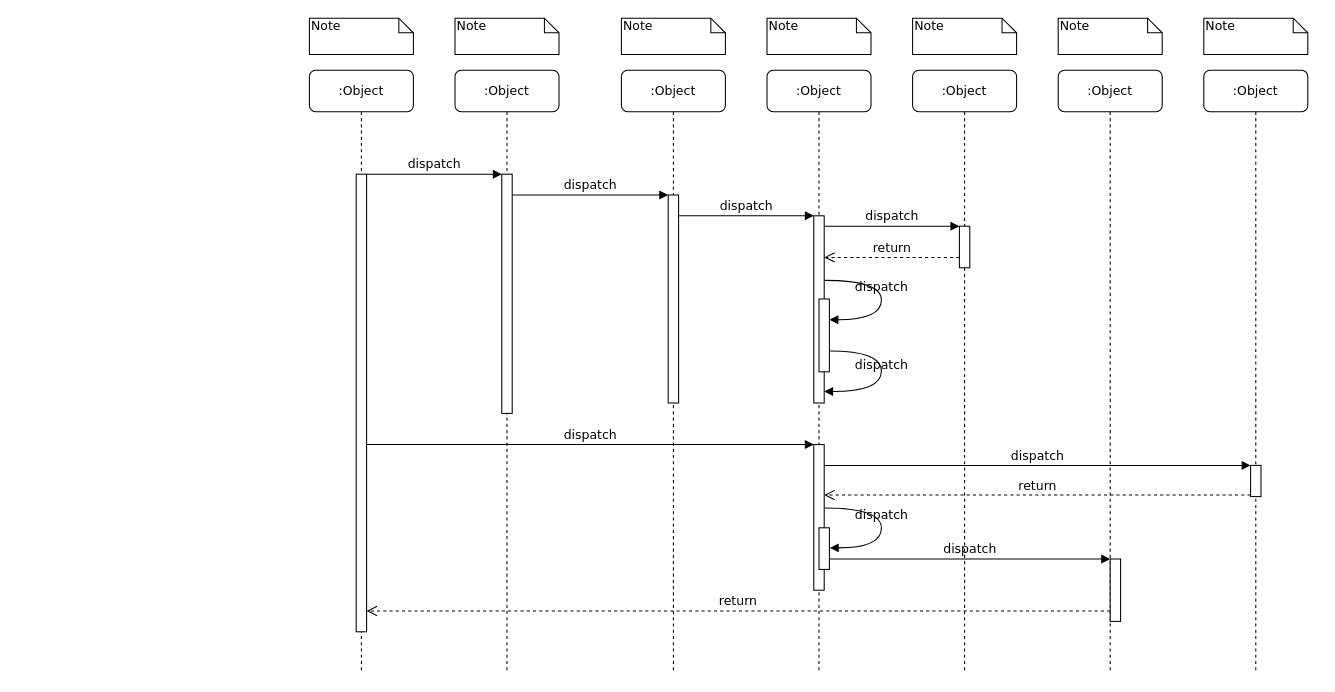
Before: Untitled Diagram.drawio in mihaluo/GitLearning, a draw.io diagram. Source tidied: cells renumbered, new cells numbered last; positions are measured from the earlier drawing's top-left corner, leaving out a move shared by most shapes. Both pictures are drawn from the tidied source at 104%, with x=0, y=0 at pixel (309, 18).
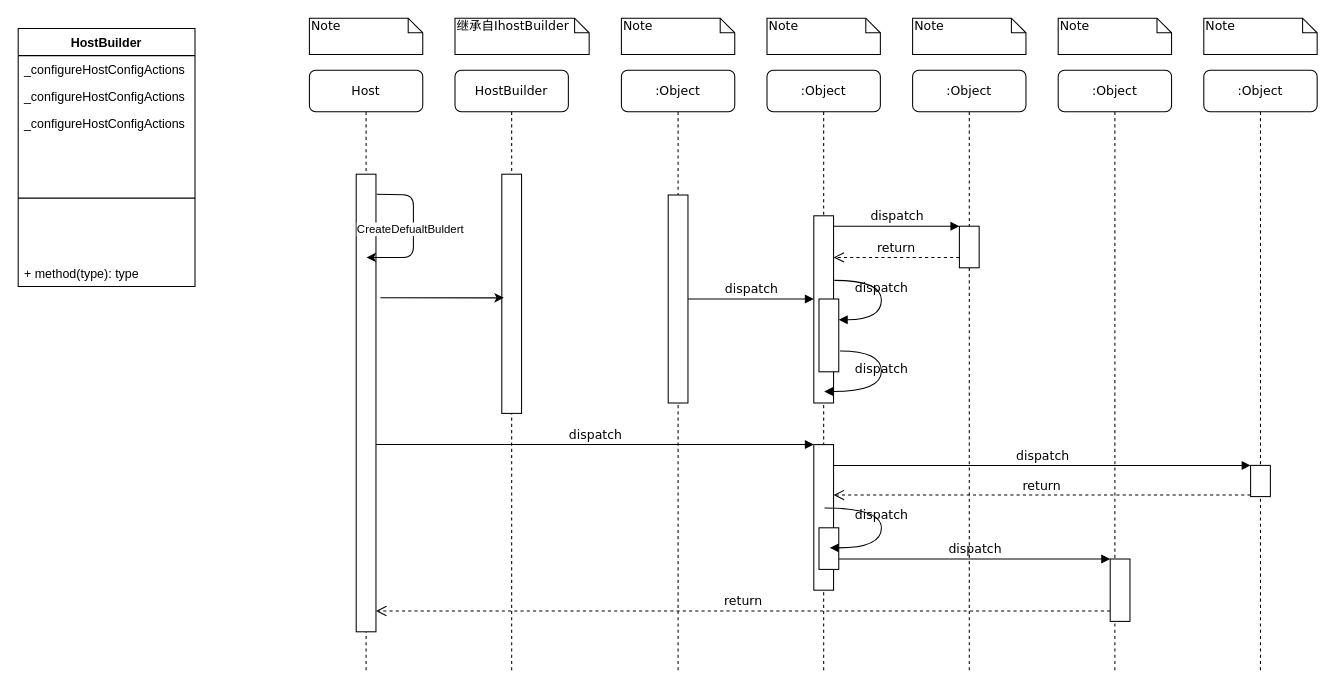
After the change.

Diff of the diagram source:
```diff
@@
-    <mxCell id="2" value=":Object" style="shape=umlLifeline;perimeter=lifelinePerimeter;whiteSpace=wrap;html=1;rounded=1;shadow=0;comic=0;labelBackgroundColor=none;strokeWidth=1;fontFamily=Verdana;fontSize=12;align=center;" parent="1" vertex="1">
-      <mxGeometry x="140" y="50" width="100" height="580" as="geometry" />
+    <mxCell id="2" value="HostBuilder" style="shape=umlLifeline;perimeter=lifelinePerimeter;whiteSpace=wrap;html=1;rounded=1;shadow=0;comic=0;labelBackgroundColor=none;strokeWidth=1;fontFamily=Verdana;fontSize=12;align=center;" parent="1" vertex="1">
+      <mxGeometry x="140" y="50" width="109" height="580" as="geometry" />
     </mxCell>
     <mxCell id="3" style="html=1;points=[];perimeter=orthogonalPerimeter;rounded=0;shadow=0;comic=0;labelBackgroundColor=none;strokeWidth=1;fontFamily=Verdana;fontSize=12;align=center;" parent="2" vertex="1">
-      <mxGeometry x="45" y="100" width="10" height="230" as="geometry" />
+      <mxGeometry x="45" y="100" width="19" height="230" as="geometry" />
     </mxCell>
     <mxCell id="4" value=":Object" style="shape=umlLifeline;perimeter=lifelinePerimeter;whiteSpace=wrap;html=1;rounded=1;shadow=0;comic=0;labelBackgroundColor=none;strokeWidth=1;fontFamily=Verdana;fontSize=12;align=center;" parent="1" vertex="1">
-      <mxGeometry x="300" y="50" width="100" height="580" as="geometry" />
+      <mxGeometry x="300" y="50" width="109" height="580" as="geometry" />
     </mxCell>
     <mxCell id="5" style="html=1;points=[];perimeter=orthogonalPerimeter;rounded=0;shadow=0;comic=0;labelBackgroundColor=none;strokeWidth=1;fontFamily=Verdana;fontSize=12;align=center;" parent="4" vertex="1">
-      <mxGeometry x="45" y="120" width="10" height="200" as="geometry" />
+      <mxGeometry x="45" y="120" width="19" height="200" as="geometry" />
     </mxCell>
     <mxCell id="6" value=":Object" style="shape=umlLifeline;perimeter=lifelinePerimeter;whiteSpace=wrap;html=1;rounded=1;shadow=0;comic=0;labelBackgroundColor=none;strokeWidth=1;fontFamily=Verdana;fontSize=12;align=center;" parent="1" vertex="1">
-      <mxGeometry x="440" y="50" width="100" height="580" as="geometry" />
+      <mxGeometry x="440" y="50" width="109" height="580" as="geometry" />
     </mxCell>
     <mxCell id="7" value=":Object" style="shape=umlLifeline;perimeter=lifelinePerimeter;whiteSpace=wrap;html=1;rounded=1;shadow=0;comic=0;labelBackgroundColor=none;strokeWidth=1;fontFamily=Verdana;fontSize=12;align=center;" parent="1" vertex="1">
-      <mxGeometry x="580" y="50" width="100" height="580" as="geometry" />
+      <mxGeometry x="580" y="50" width="109" height="580" as="geometry" />
     </mxCell>
     <mxCell id="8" value=":Object" style="shape=umlLifeline;perimeter=lifelinePerimeter;whiteSpace=wrap;html=1;rounded=1;shadow=0;comic=0;labelBackgroundColor=none;strokeWidth=1;fontFamily=Verdana;fontSize=12;align=center;" parent="1" vertex="1">
-      <mxGeometry x="720" y="50" width="100" height="580" as="geometry" />
+      <mxGeometry x="720" y="50" width="109" height="580" as="geometry" />
     </mxCell>
     <mxCell id="9" value=":Object" style="shape=umlLifeline;perimeter=lifelinePerimeter;whiteSpace=wrap;html=1;rounded=1;shadow=0;comic=0;labelBackgroundColor=none;strokeWidth=1;fontFamily=Verdana;fontSize=12;align=center;" parent="1" vertex="1">
-      <mxGeometry x="860" y="50" width="100" height="580" as="geometry" />
+      <mxGeometry x="860" y="50" width="109" height="580" as="geometry" />
     </mxCell>
-    <mxCell id="10" value=":Object" style="shape=umlLifeline;perimeter=lifelinePerimeter;whiteSpace=wrap;html=1;rounded=1;shadow=0;comic=0;labelBackgroundColor=none;strokeWidth=1;fontFamily=Verdana;fontSize=12;align=center;" parent="1" vertex="1">
-      <mxGeometry y="50" width="100" height="580" as="geometry" />
+    <mxCell id="10" value="Host" style="shape=umlLifeline;perimeter=lifelinePerimeter;whiteSpace=wrap;html=1;rounded=1;shadow=0;comic=0;labelBackgroundColor=none;strokeWidth=1;fontFamily=Verdana;fontSize=12;align=center;" parent="1" vertex="1">
+      <mxGeometry y="50" width="109" height="580" as="geometry" />
     </mxCell>
     <mxCell id="11" style="html=1;points=[];perimeter=orthogonalPerimeter;rounded=0;shadow=0;comic=0;labelBackgroundColor=none;strokeWidth=1;fontFamily=Verdana;fontSize=12;align=center;" parent="10" vertex="1">
-      <mxGeometry x="45" y="100" width="10" height="440" as="geometry" />
+      <mxGeometry x="45" y="100" width="19" height="440" as="geometry" />
     </mxCell>
+    <mxCell id="39" style="endArrow=classic;html=1;exitX=1.033;exitY=0.044;exitDx=0;exitDy=0;exitPerimeter=0;" parent="10" edge="1" source="11">
+      <mxGeometry relative="1" as="geometry">
+        <mxPoint x="55" y="180" as="targetPoint" />
+        <Array as="points">
+          <mxPoint x="100" y="120" />
+          <mxPoint x="100" y="180" />
+        </Array>
+      </mxGeometry>
+    </mxCell>
+    <mxCell id="40" value="CreateDefualtBuldert" style="edgeLabel;html=1;align=center;verticalAlign=middle;" parent="39" vertex="1">
+      <mxGeometry x="-0.03" y="-4" relative="1" as="geometry" />
+    </mxCell>
     <mxCell id="12" style="html=1;points=[];perimeter=orthogonalPerimeter;rounded=0;shadow=0;comic=0;labelBackgroundColor=none;strokeWidth=1;fontFamily=Verdana;fontSize=12;align=center;" parent="1" vertex="1">
-      <mxGeometry x="485" y="190" width="10" height="180" as="geometry" />
+      <mxGeometry x="485" y="190" width="19" height="180" as="geometry" />
     </mxCell>
@@
     <mxCell id="14" style="html=1;points=[];perimeter=orthogonalPerimeter;rounded=0;shadow=0;comic=0;labelBackgroundColor=none;strokeWidth=1;fontFamily=Verdana;fontSize=12;align=center;" parent="1" vertex="1">
-      <mxGeometry x="625" y="200" width="10" height="40" as="geometry" />
+      <mxGeometry x="625" y="200" width="19" height="40" as="geometry" />
     </mxCell>
@@
     <mxCell id="17" style="html=1;points=[];perimeter=orthogonalPerimeter;rounded=0;shadow=0;comic=0;labelBackgroundColor=none;strokeWidth=1;fontFamily=Verdana;fontSize=12;align=center;" parent="1" vertex="1">
-      <mxGeometry x="485" y="410" width="10" height="140" as="geometry" />
+      <mxGeometry x="485" y="410" width="19" height="140" as="geometry" />
     </mxCell>
@@
     <mxCell id="19" style="html=1;points=[];perimeter=orthogonalPerimeter;rounded=0;shadow=0;comic=0;labelBackgroundColor=none;strokeColor=#000000;strokeWidth=1;fillColor=#FFFFFF;fontFamily=Verdana;fontSize=12;fontColor=#000000;align=center;" parent="1" vertex="1">
-      <mxGeometry x="905" y="430" width="10" height="30" as="geometry" />
+      <mxGeometry x="905" y="430" width="19" height="30" as="geometry" />
     </mxCell>
@@
     <mxCell id="22" style="html=1;points=[];perimeter=orthogonalPerimeter;rounded=0;shadow=0;comic=0;labelBackgroundColor=none;strokeWidth=1;fontFamily=Verdana;fontSize=12;align=center;" parent="1" vertex="1">
-      <mxGeometry x="770" y="520" width="10" height="60" as="geometry" />
+      <mxGeometry x="770" y="520" width="19" height="60" as="geometry" />
     </mxCell>
@@
-    <mxCell id="25" value="dispatch" style="html=1;verticalAlign=bottom;endArrow=block;entryX=0;entryY=0;labelBackgroundColor=none;fontFamily=Verdana;fontSize=12;edgeStyle=elbowEdgeStyle;elbow=vertical;" parent="1" edge="1" source="11" target="3">
-      <mxGeometry relative="1" as="geometry" />
-    </mxCell>
-    <mxCell id="26" value="dispatch" style="html=1;verticalAlign=bottom;endArrow=block;entryX=0;entryY=0;labelBackgroundColor=none;fontFamily=Verdana;fontSize=12;edgeStyle=elbowEdgeStyle;elbow=vertical;" parent="1" edge="1" source="3" target="5">
-      <mxGeometry relative="1" as="geometry" />
-    </mxCell>
     <mxCell id="27" style="html=1;points=[];perimeter=orthogonalPerimeter;rounded=0;shadow=0;comic=0;labelBackgroundColor=none;strokeWidth=1;fontFamily=Verdana;fontSize=12;align=center;" parent="1" vertex="1">
-      <mxGeometry x="490" y="270" width="10" height="70" as="geometry" />
+      <mxGeometry x="490" y="270" width="19" height="70" as="geometry" />
     </mxCell>
@@
     <mxCell id="30" style="html=1;points=[];perimeter=orthogonalPerimeter;rounded=0;shadow=0;comic=0;labelBackgroundColor=none;strokeWidth=1;fontFamily=Verdana;fontSize=12;align=center;" parent="1" vertex="1">
-      <mxGeometry x="490" y="490" width="10" height="40" as="geometry" />
+      <mxGeometry x="490" y="490" width="19" height="40" as="geometry" />
     </mxCell>
@@
     <mxCell id="32" value="Note" style="shape=note;whiteSpace=wrap;html=1;size=14;verticalAlign=top;align=left;spacingTop=-6;rounded=0;shadow=0;comic=0;labelBackgroundColor=none;strokeWidth=1;fontFamily=Verdana;fontSize=12;" parent="1" vertex="1">
-      <mxGeometry width="100" height="35" as="geometry" />
+      <mxGeometry width="109" height="35" as="geometry" />
     </mxCell>
-    <mxCell id="33" value="Note" style="shape=note;whiteSpace=wrap;html=1;size=14;verticalAlign=top;align=left;spacingTop=-6;rounded=0;shadow=0;comic=0;labelBackgroundColor=none;strokeWidth=1;fontFamily=Verdana;fontSize=12;" parent="1" vertex="1">
-      <mxGeometry x="140" width="100" height="35" as="geometry" />
+    <mxCell id="33" value="继承自IhostBuilder" style="shape=note;whiteSpace=wrap;html=1;size=14;verticalAlign=top;align=left;spacingTop=-6;rounded=0;shadow=0;comic=0;labelBackgroundColor=none;strokeWidth=1;fontFamily=Verdana;fontSize=12;" parent="1" vertex="1">
+      <mxGeometry x="140" width="129" height="35" as="geometry" />
     </mxCell>
     <mxCell id="34" value="Note" style="shape=note;whiteSpace=wrap;html=1;size=14;verticalAlign=top;align=left;spacingTop=-6;rounded=0;shadow=0;comic=0;labelBackgroundColor=none;strokeWidth=1;fontFamily=Verdana;fontSize=12;" parent="1" vertex="1">
-      <mxGeometry x="300" width="100" height="35" as="geometry" />
+      <mxGeometry x="300" width="109" height="35" as="geometry" />
     </mxCell>
     <mxCell id="35" value="Note" style="shape=note;whiteSpace=wrap;html=1;size=14;verticalAlign=top;align=left;spacingTop=-6;rounded=0;shadow=0;comic=0;labelBackgroundColor=none;strokeWidth=1;fontFamily=Verdana;fontSize=12;" parent="1" vertex="1">
-      <mxGeometry x="440" width="100" height="35" as="geometry" />
+      <mxGeometry x="440" width="109" height="35" as="geometry" />
     </mxCell>
     <mxCell id="36" value="Note" style="shape=note;whiteSpace=wrap;html=1;size=14;verticalAlign=top;align=left;spacingTop=-6;rounded=0;shadow=0;comic=0;labelBackgroundColor=none;strokeWidth=1;fontFamily=Verdana;fontSize=12;" parent="1" vertex="1">
-      <mxGeometry x="580" width="100" height="35" as="geometry" />
+      <mxGeometry x="580" width="109" height="35" as="geometry" />
     </mxCell>
     <mxCell id="37" value="Note" style="shape=note;whiteSpace=wrap;html=1;size=14;verticalAlign=top;align=left;spacingTop=-6;rounded=0;shadow=0;comic=0;labelBackgroundColor=none;strokeWidth=1;fontFamily=Verdana;fontSize=12;" parent="1" vertex="1">
-      <mxGeometry x="720" width="100" height="35" as="geometry" />
+      <mxGeometry x="720" width="109" height="35" as="geometry" />
     </mxCell>
     <mxCell id="38" value="Note" style="shape=note;whiteSpace=wrap;html=1;size=14;verticalAlign=top;align=left;spacingTop=-6;rounded=0;shadow=0;comic=0;labelBackgroundColor=none;strokeWidth=1;fontFamily=Verdana;fontSize=12;" parent="1" vertex="1">
-      <mxGeometry x="860" width="100" height="35" as="geometry" />
+      <mxGeometry x="860" width="109" height="35" as="geometry" />
     </mxCell>
+    <mxCell id="25" style="endArrow=classic;html=1;entryX=0.1;entryY=0.517;entryDx=0;entryDy=0;entryPerimeter=0;exitX=1.224;exitY=0.27;exitDx=0;exitDy=0;exitPerimeter=0;" parent="1" edge="1" source="11" target="3">
+      <mxGeometry relative="1" as="geometry" />
+    </mxCell>
+    <mxCell id="41" value="HostBuilder" style="swimlane;fontStyle=1;align=center;verticalAlign=top;horizontal=1;startSize=26;" parent="1" vertex="1">
+      <mxGeometry x="-280" y="10" width="170" height="248" as="geometry" />
+    </mxCell>
+    <mxCell id="42" value="_configureHostConfigActions&#10;" style="text;strokeColor=none;fillColor=none;align=left;verticalAlign=top;spacingLeft=4;spacingRight=4;overflow=hidden;" parent="41" vertex="1">
+      <mxGeometry y="26" width="170" height="26" as="geometry" />
+    </mxCell>
+    <mxCell id="43" value="_configureHostConfigActions&#10;" style="text;strokeColor=none;fillColor=none;align=left;verticalAlign=top;spacingLeft=4;spacingRight=4;overflow=hidden;" parent="41" vertex="1">
+      <mxGeometry y="52" width="170" height="26" as="geometry" />
+    </mxCell>
+    <mxCell id="44" value="_configureHostConfigActions&#10;" style="text;strokeColor=none;fillColor=none;align=left;verticalAlign=top;spacingLeft=4;spacingRight=4;overflow=hidden;" parent="41" vertex="1">
+      <mxGeometry y="78" width="170" height="26" as="geometry" />
+    </mxCell>
+    <mxCell id="45" style="line;strokeWidth=1;fillColor=none;align=left;verticalAlign=middle;spacingTop=-1;spacingLeft=3;spacingRight=3;labelPosition=right;" parent="41" vertex="1">
+      <mxGeometry y="104" width="170" height="118" as="geometry" />
+    </mxCell>
+    <mxCell id="46" value="+ method(type): type" style="text;strokeColor=none;fillColor=none;align=left;verticalAlign=top;spacingLeft=4;spacingRight=4;overflow=hidden;" parent="41" vertex="1">
+      <mxGeometry y="222" width="170" height="26" as="geometry" />
+    </mxCell>
```
